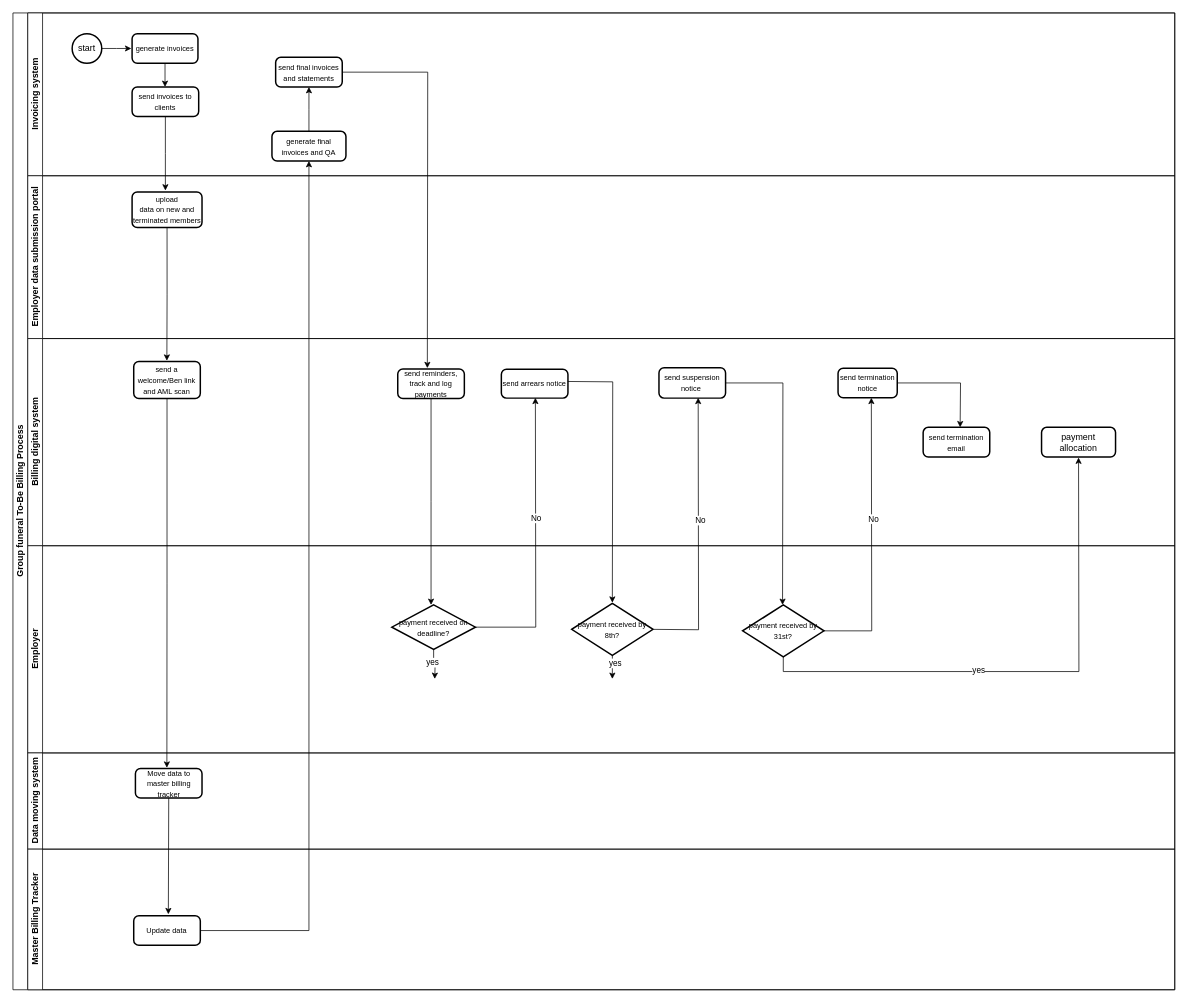
Before: billingprocess.drawio in TJ-Kwetsane1993/Thato, a draw.io diagram. Source tidied: cells renumbered, new cells numbered last; positions are measured from the earlier drawing's top-left corner, leaving out a move shared by most shapes. Both pictures are drawn from the tidied source at 74%, with x=0, y=0 at pixel (13, 13).
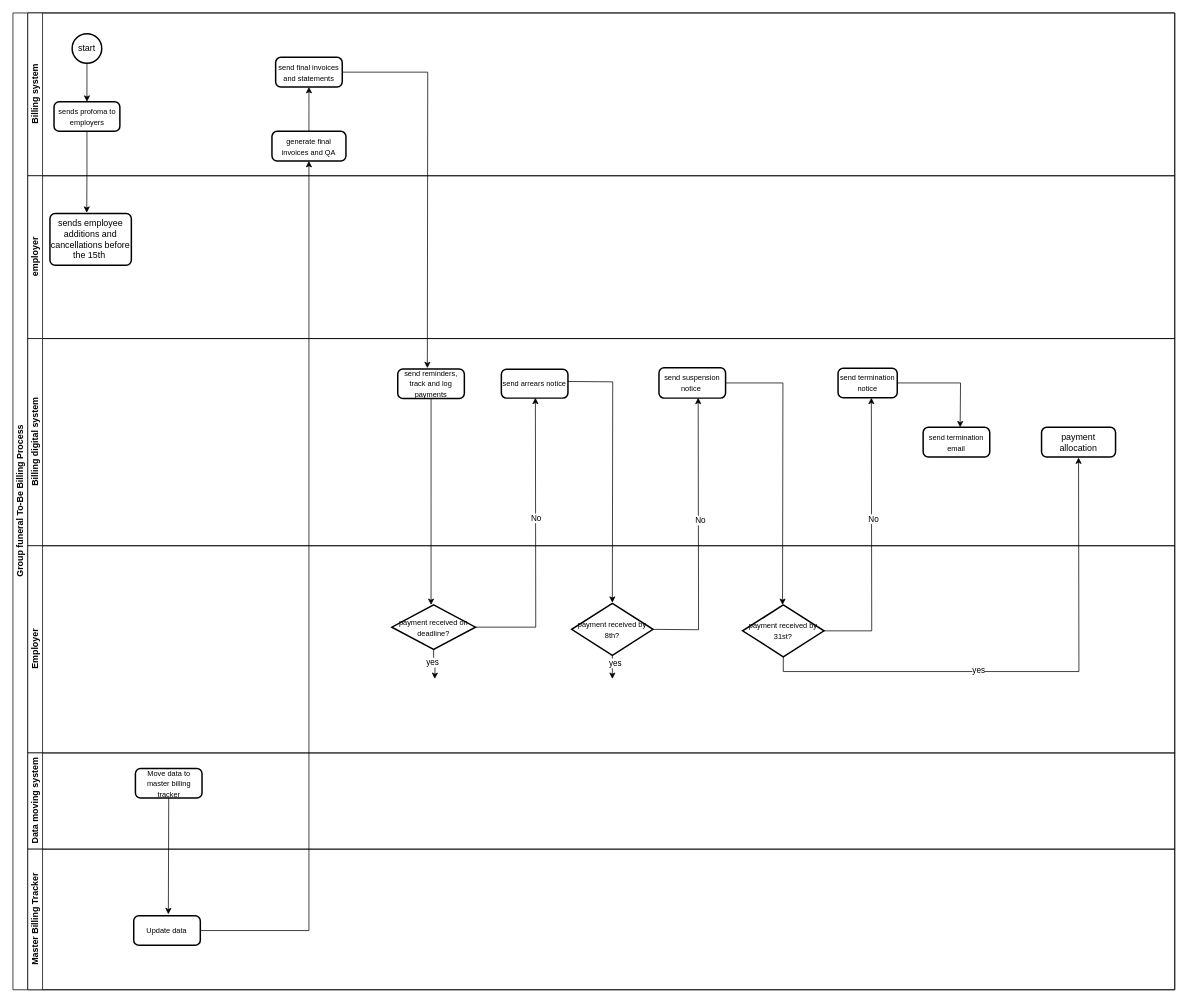
The same page after the edit.

Unchanged cells that the change refers to:
```xml
<mxCell id="2" value="Group funeral To-Be Billing Process" style="swimlane;html=1;horizontal=0;startSize=20;" parent="1" vertex="1">
  <mxGeometry width="1570" height="1320" as="geometry" />
</mxCell>
<mxCell id="7" value="start" style="strokeWidth=2;html=1;shape=mxgraph.flowchart.start_2;whiteSpace=wrap;" parent="3" vertex="1">
  <mxGeometry x="60" y="28" width="40" height="40" as="geometry" />
</mxCell>
<mxCell id="17" value="Billing digital system" style="swimlane;html=1;startSize=20;horizontal=0;" parent="2" vertex="1">
  <mxGeometry x="20" y="440" width="1550" height="280" as="geometry" />
</mxCell>
```

Change to the diagram source:
```diff
@@
-    <mxCell id="3" value="Invoicing system" style="swimlane;html=1;startSize=20;horizontal=0;" parent="2" vertex="1">
+    <mxCell id="3" value="Billing system" style="swimlane;html=1;startSize=20;horizontal=0;" parent="2" vertex="1">
       <mxGeometry x="20" width="1550" height="220" as="geometry" />
     </mxCell>
-    <mxCell id="4" style="edgeStyle=orthogonalEdgeStyle;rounded=0;jettySize=auto;html=1;" parent="3" edge="1" source="5">
-      <mxGeometry relative="1" as="geometry">
-        <mxPoint x="185.5" y="100" as="targetPoint" />
-      </mxGeometry>
-    </mxCell>
+    <mxCell id="52" style="edgeStyle=orthogonalEdgeStyle;rounded=0;jettySize=auto;html=1;exitX=0.5;exitY=1;exitDx=0;exitDy=0;" parent="3" edge="1" source="5">
+      <mxGeometry relative="1" as="geometry">
+        <mxPoint x="79.7" y="270" as="targetPoint" />
+      </mxGeometry>
+    </mxCell>
-    <mxCell id="5" value="&lt;span style=&quot;font-family: Aptos, sans-serif;&quot; lang=&quot;EN-US&quot;&gt;&lt;font style=&quot;font-size: 10px;&quot;&gt;generate invoices&lt;/font&gt;&lt;/span&gt;" style="rounded=1;whiteSpace=wrap;html=1;absoluteArcSize=1;arcSize=14;strokeWidth=2;" parent="3" vertex="1">
-      <mxGeometry x="141" y="28" width="89" height="40" as="geometry" />
+    <mxCell id="5" value="&lt;span style=&quot;font-family: Aptos, sans-serif;&quot; lang=&quot;EN-US&quot;&gt;&lt;font style=&quot;font-size: 10px;&quot;&gt;sends profoma to employers&lt;/font&gt;&lt;/span&gt;" style="rounded=1;whiteSpace=wrap;html=1;absoluteArcSize=1;arcSize=14;strokeWidth=2;" parent="3" vertex="1">
+      <mxGeometry x="35.5" y="120" width="89" height="40" as="geometry" />
     </mxCell>
-    <mxCell id="6" style="edgeStyle=orthogonalEdgeStyle;rounded=0;jettySize=auto;html=1;exitX=1;exitY=0.5;exitDx=0;exitDy=0;exitPerimeter=0;" parent="3" edge="1" source="7">
-      <mxGeometry relative="1" as="geometry">
-        <mxPoint x="140" y="48" as="targetPoint" />
-      </mxGeometry>
-    </mxCell>
+    <mxCell id="53" style="edgeStyle=orthogonalEdgeStyle;rounded=0;jettySize=auto;html=1;exitX=0.5;exitY=1;exitDx=0;exitDy=0;exitPerimeter=0;entryX=0.5;entryY=0;entryDx=0;entryDy=0;" parent="3" edge="1" source="7" target="5">
+      <mxGeometry relative="1" as="geometry" />
+    </mxCell>
@@
-    <mxCell id="8" style="edgeStyle=orthogonalEdgeStyle;rounded=0;jettySize=auto;html=1;exitX=0.5;exitY=1;exitDx=0;exitDy=0;" parent="3" edge="1" source="9">
-      <mxGeometry relative="1" as="geometry">
-        <mxPoint x="186" y="240" as="targetPoint" />
-      </mxGeometry>
-    </mxCell>
-    <mxCell id="9" value="&lt;font style=&quot;font-size: 10px;&quot;&gt;send invoices to clients&lt;/font&gt;" style="rounded=1;whiteSpace=wrap;html=1;absoluteArcSize=1;arcSize=14;strokeWidth=2;" parent="3" vertex="1">
-      <mxGeometry x="141" y="100" width="90" height="40" as="geometry" />
-    </mxCell>
@@
-    <mxCell id="14" value="Employer data submission portal" style="swimlane;html=1;startSize=20;horizontal=0;" parent="2" vertex="1">
+    <mxCell id="14" value="employer" style="swimlane;html=1;startSize=20;horizontal=0;" parent="2" vertex="1">
       <mxGeometry x="20" y="220" width="1550" height="220" as="geometry" />
     </mxCell>
-    <mxCell id="15" style="edgeStyle=orthogonalEdgeStyle;rounded=0;jettySize=auto;html=1;exitX=0.5;exitY=1;exitDx=0;exitDy=0;" parent="14" edge="1" source="16">
-      <mxGeometry relative="1" as="geometry">
-        <mxPoint x="188" y="250" as="targetPoint" />
-      </mxGeometry>
-    </mxCell>
-    <mxCell id="16" value="&lt;span style=&quot;font-family: Aptos, sans-serif;&quot; lang=&quot;EN-US&quot;&gt;&lt;font style=&quot;font-size: 10px;&quot;&gt;upload&lt;br&gt;data on new and terminated members&lt;/font&gt;&lt;/span&gt;" style="rounded=1;whiteSpace=wrap;html=1;absoluteArcSize=1;arcSize=14;strokeWidth=2;" parent="14" vertex="1">
-      <mxGeometry x="141" y="22" width="94.5" height="48" as="geometry" />
-    </mxCell>
+    <mxCell id="54" value="sends employee&lt;br&gt;additions and &lt;br&gt;cancellations before &lt;br&gt;the 15th&amp;nbsp;" style="rounded=1;whiteSpace=wrap;html=1;absoluteArcSize=1;arcSize=14;strokeWidth=2;" parent="14" vertex="1">
+      <mxGeometry x="30" y="51" width="110" height="70" as="geometry" />
+    </mxCell>
@@
-    <mxCell id="18" style="edgeStyle=orthogonalEdgeStyle;rounded=0;jettySize=auto;html=1;exitX=0.5;exitY=1;exitDx=0;exitDy=0;" parent="17" edge="1" source="19">
-      <mxGeometry relative="1" as="geometry">
-        <mxPoint x="188" y="580" as="targetPoint" />
-      </mxGeometry>
-    </mxCell>
-    <mxCell id="19" value="&lt;font style=&quot;font-size: 10px;&quot;&gt;send a welcome/Ben link and AML scan&lt;/font&gt;" style="rounded=1;whiteSpace=wrap;html=1;absoluteArcSize=1;arcSize=14;strokeWidth=2;" parent="17" vertex="1">
-      <mxGeometry x="143.2" y="31" width="90" height="50" as="geometry" />
-    </mxCell>
```
